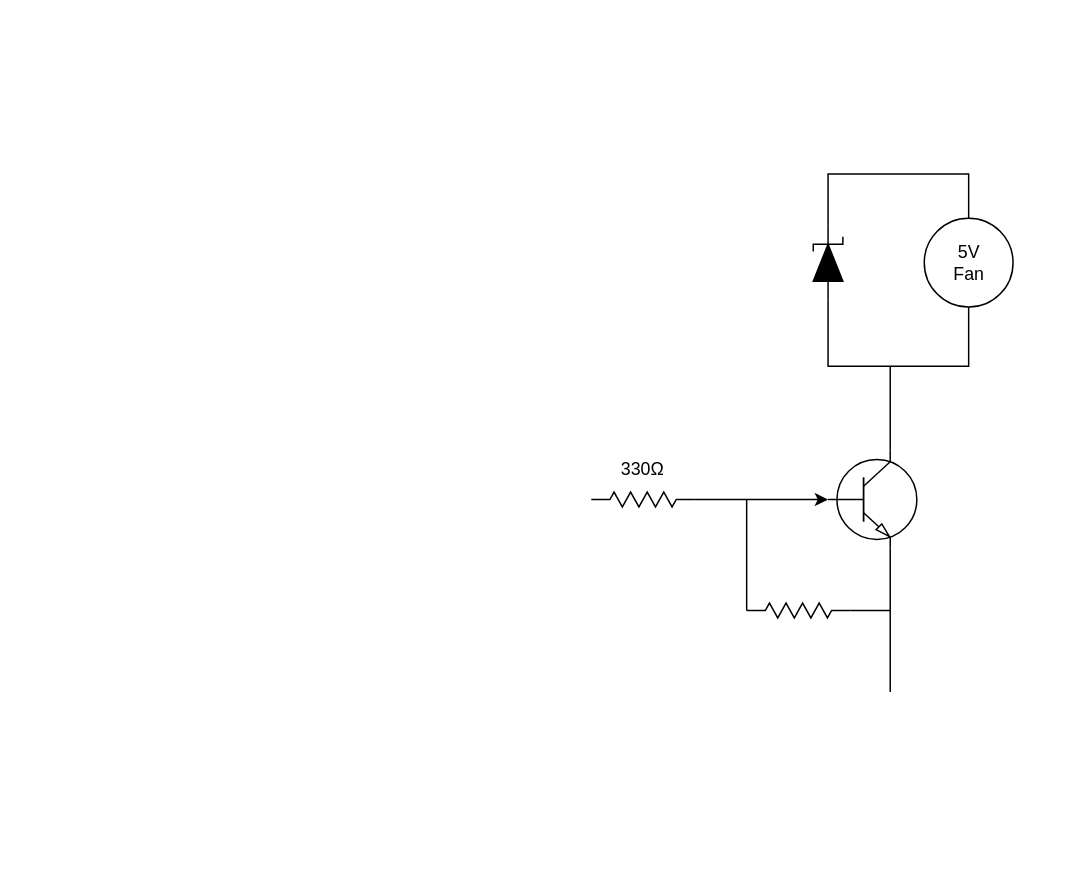
Earlier version of the draw.io diagram RPi Addon Schematic.drawio (jeffard9/LibreElec_RPi-Addons). Source tidied: cells renumbered, new cells numbered last; positions are measured from the earlier drawing's top-left corner, leaving out a move shared by most shapes. Both pictures are drawn from the tidied source at 148%, with x=0, y=0 at pixel (591, 173).
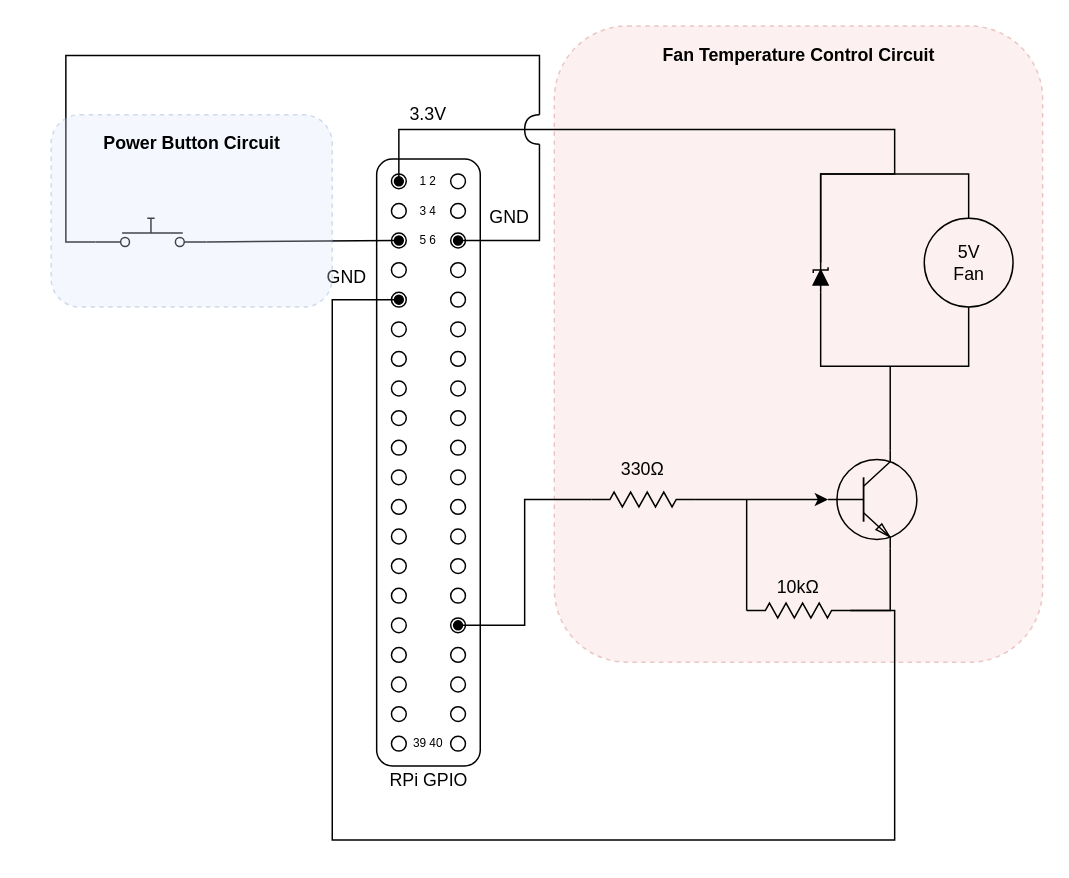
The same diagram, later.

The change refers to these unchanged cells:
```xml
<mxCell id="9" style="verticalLabelPosition=bottom;shadow=0;dashed=0;align=center;html=1;verticalAlign=top;shape=mxgraph.electrical.resistors.resistor_2;" parent="1" vertex="1">
  <mxGeometry y="215" width="70" height="10" as="geometry" />
</mxCell>
<mxCell id="13" style="verticalLabelPosition=bottom;shadow=0;dashed=0;align=center;html=1;verticalAlign=top;shape=mxgraph.electrical.resistors.resistor_2;" parent="1" vertex="1">
  <mxGeometry x="105" y="290" width="70" height="10" as="geometry" />
</mxCell>
```

What changed in the source:
```diff
@@
+    <mxCell id="14" style="rounded=1;whiteSpace=wrap;html=1;dashed=1;opacity=30;fillColor=#f8cecc;strokeColor=#b85450;" parent="1" vertex="1">
+      <mxGeometry x="-25" y="-100" width="330" height="430" as="geometry" />
+    </mxCell>
     <mxCell id="2" style="edgeStyle=none;rounded=0;jettySize=auto;html=1;exitX=0.5;exitY=0;exitDx=0;exitDy=0;entryX=1;entryY=0.5;entryDx=0;entryDy=0;entryPerimeter=0;endArrow=none;endFill=0;" parent="1" edge="1" source="4" target="11">
       <mxGeometry relative="1" as="geometry">
         <Array as="points">
           <mxPoint x="255" />
-          <mxPoint x="160" />
+          <mxPoint x="155" />
         </Array>
       </mxGeometry>
     </mxCell>
     <mxCell id="3" style="edgeStyle=none;rounded=0;jettySize=auto;html=1;exitX=0.5;exitY=1;exitDx=0;exitDy=0;endArrow=none;endFill=0;entryX=0;entryY=0.5;entryDx=0;entryDy=0;entryPerimeter=0;" parent="1" edge="1" source="4" target="11">
       <mxGeometry relative="1" as="geometry">
         <Array as="points">
           <mxPoint x="255" y="130" />
-          <mxPoint x="160" y="130" />
+          <mxPoint x="155" y="130" />
         </Array>
       </mxGeometry>
     </mxCell>
-    <mxCell id="4" value="&lt;div style=&quot;font-size: 12px&quot;&gt;&lt;font style=&quot;font-size: 12px&quot;&gt;5V&lt;/font&gt;&lt;/div&gt;&lt;div style=&quot;font-size: 12px&quot;&gt;&lt;font style=&quot;font-size: 12px&quot;&gt;Fan&lt;/font&gt;&lt;br&gt;&lt;/div&gt;" style="verticalLabelPosition=middle;shadow=0;dashed=0;align=center;html=1;verticalAlign=middle;strokeWidth=1;shape=ellipse;fontSize=35;" parent="1" vertex="1">
+    <mxCell id="4" value="&lt;div style=&quot;font-size: 12px&quot;&gt;&lt;font style=&quot;font-size: 12px&quot;&gt;5V&lt;/font&gt;&lt;/div&gt;&lt;div style=&quot;font-size: 12px&quot;&gt;&lt;font style=&quot;font-size: 12px&quot;&gt;Fan&lt;/font&gt;&lt;br&gt;&lt;/div&gt;" style="verticalLabelPosition=middle;shadow=0;dashed=0;align=center;html=1;verticalAlign=middle;strokeWidth=1;shape=ellipse;fontSize=35;fillColor=none;" parent="1" vertex="1">
       <mxGeometry x="225" y="30" width="60" height="60" as="geometry" />
     </mxCell>
@@
     <mxCell id="6" style="edgeStyle=none;rounded=0;jettySize=auto;html=1;exitX=0.7;exitY=1;exitDx=0;exitDy=0;exitPerimeter=0;endArrow=none;endFill=0;entryX=1;entryY=0.5;entryDx=0;entryDy=0;entryPerimeter=0;" parent="1" edge="1" source="7" target="13">
       <mxGeometry relative="1" as="geometry">
         <Array as="points">
-          <mxPoint x="202" y="350" />
           <mxPoint x="202" y="295" />
         </Array>
       </mxGeometry>
     </mxCell>
-    <mxCell id="7" style="verticalLabelPosition=bottom;shadow=0;dashed=0;align=center;html=1;verticalAlign=top;shape=mxgraph.electrical.transistors.npn_transistor_1;" parent="1" vertex="1">
+    <mxCell id="7" style="verticalLabelPosition=bottom;shadow=0;dashed=0;align=center;html=1;verticalAlign=top;shape=mxgraph.electrical.transistors.npn_transistor_1;fillColor=none;" parent="1" vertex="1">
       <mxGeometry x="160" y="170" width="60" height="100" as="geometry" />
     </mxCell>
@@
     <mxCell id="11" style="fillColor=#000000;verticalLabelPosition=bottom;shadow=0;dashed=0;align=center;html=1;verticalAlign=top;shape=mxgraph.electrical.diodes.zener_diode_1;rotation=-90;" parent="1" vertex="1">
-      <mxGeometry x="135" y="50" width="50" height="20" as="geometry" />
+      <mxGeometry x="145" y="65" width="20" height="10" as="geometry" />
     </mxCell>
@@
+    <mxCell id="15" style="rounded=1;whiteSpace=wrap;html=1;" parent="1" vertex="1">
+      <mxGeometry x="-145" y="-10" width="70" height="410" as="geometry" />
+    </mxCell>
+    <mxCell id="16" style="ellipse;whiteSpace=wrap;html=1;" parent="1" vertex="1">
+      <mxGeometry x="-135" width="10" height="10" as="geometry" />
+    </mxCell>
+    <mxCell id="17" style="ellipse;whiteSpace=wrap;html=1;" parent="1" vertex="1">
+      <mxGeometry x="-95" width="10" height="10" as="geometry" />
+    </mxCell>
+    <mxCell id="18" style="ellipse;whiteSpace=wrap;html=1;" parent="1" vertex="1">
+      <mxGeometry x="-135" y="20" width="10" height="10" as="geometry" />
+    </mxCell>
+    <mxCell id="19" style="ellipse;whiteSpace=wrap;html=1;" parent="1" vertex="1">
+      <mxGeometry x="-95" y="20" width="10" height="10" as="geometry" />
+    </mxCell>
+    <mxCell id="20" style="ellipse;whiteSpace=wrap;html=1;" parent="1" vertex="1">
+      <mxGeometry x="-135" y="40" width="10" height="10" as="geometry" />
+    </mxCell>
+    <mxCell id="21" style="ellipse;whiteSpace=wrap;html=1;" parent="1" vertex="1">
+      <mxGeometry x="-95" y="40" width="10" height="10" as="geometry" />
+    </mxCell>
+    <mxCell id="22" style="ellipse;whiteSpace=wrap;html=1;" parent="1" vertex="1">
+      <mxGeometry x="-135" y="60" width="10" height="10" as="geometry" />
+    </mxCell>
+    <mxCell id="23" style="ellipse;whiteSpace=wrap;html=1;" parent="1" vertex="1">
+      <mxGeometry x="-95" y="60" width="10" height="10" as="geometry" />
+    </mxCell>
+    <mxCell id="24" style="ellipse;whiteSpace=wrap;html=1;" parent="1" vertex="1">
+      <mxGeometry x="-135" y="80" width="10" height="10" as="geometry" />
+    </mxCell>
+    <mxCell id="25" style="ellipse;whiteSpace=wrap;html=1;" parent="1" vertex="1">
+      <mxGeometry x="-95" y="80" width="10" height="10" as="geometry" />
+    </mxCell>
+    <mxCell id="26" style="ellipse;whiteSpace=wrap;html=1;" parent="1" vertex="1">
+      <mxGeometry x="-135" y="100" width="10" height="10" as="geometry" />
+    </mxCell>
+    <mxCell id="27" style="ellipse;whiteSpace=wrap;html=1;" parent="1" vertex="1">
+      <mxGeometry x="-95" y="100" width="10" height="10" as="geometry" />
+    </mxCell>
+    <mxCell id="28" style="ellipse;whiteSpace=wrap;html=1;" parent="1" vertex="1">
+      <mxGeometry x="-135" y="120" width="10" height="10" as="geometry" />
+    </mxCell>
+    <mxCell id="29" style="ellipse;whiteSpace=wrap;html=1;" parent="1" vertex="1">
+      <mxGeometry x="-95" y="120" width="10" height="10" as="geometry" />
+    </mxCell>
+    <mxCell id="30" style="ellipse;whiteSpace=wrap;html=1;" parent="1" vertex="1">
+      <mxGeometry x="-135" y="140" width="10" height="10" as="geometry" />
+    </mxCell>
+    <mxCell id="31" style="ellipse;whiteSpace=wrap;html=1;" parent="1" vertex="1">
+      <mxGeometry x="-95" y="140" width="10" height="10" as="geometry" />
+    </mxCell>
+    <mxCell id="32" style="ellipse;whiteSpace=wrap;html=1;" parent="1" vertex="1">
+      <mxGeometry x="-135" y="160" width="10" height="10" as="geometry" />
+    </mxCell>
+    <mxCell id="33" style="ellipse;whiteSpace=wrap;html=1;" parent="1" vertex="1">
+      <mxGeometry x="-95" y="160" width="10" height="10" as="geometry" />
+    </mxCell>
+    <mxCell id="34" style="ellipse;whiteSpace=wrap;html=1;" parent="1" vertex="1">
+      <mxGeometry x="-135" y="180" width="10" height="10" as="geometry" />
+    </mxCell>
+    <mxCell id="35" style="ellipse;whiteSpace=wrap;html=1;" parent="1" vertex="1">
+      <mxGeometry x="-95" y="180" width="10" height="10" as="geometry" />
+    </mxCell>
+    <mxCell id="36" style="ellipse;whiteSpace=wrap;html=1;" parent="1" vertex="1">
+      <mxGeometry x="-135" y="200" width="10" height="10" as="geometry" />
+    </mxCell>
+    <mxCell id="37" style="ellipse;whiteSpace=wrap;html=1;" parent="1" vertex="1">
+      <mxGeometry x="-95" y="200" width="10" height="10" as="geometry" />
+    </mxCell>
+    <mxCell id="38" style="ellipse;whiteSpace=wrap;html=1;" parent="1" vertex="1">
+      <mxGeometry x="-135" y="220" width="10" height="10" as="geometry" />
+    </mxCell>
+    <mxCell id="39" style="ellipse;whiteSpace=wrap;html=1;" parent="1" vertex="1">
+      <mxGeometry x="-95" y="220" width="10" height="10" as="geometry" />
+    </mxCell>
+    <mxCell id="40" style="ellipse;whiteSpace=wrap;html=1;" parent="1" vertex="1">
+      <mxGeometry x="-135" y="240" width="10" height="10" as="geometry" />
+    </mxCell>
+    <mxCell id="41" style="ellipse;whiteSpace=wrap;html=1;" parent="1" vertex="1">
+      <mxGeometry x="-95" y="240" width="10" height="10" as="geometry" />
+    </mxCell>
+    <mxCell id="42" style="ellipse;whiteSpace=wrap;html=1;" parent="1" vertex="1">
+      <mxGeometry x="-135" y="260" width="10" height="10" as="geometry" />
+    </mxCell>
+    <mxCell id="43" style="ellipse;whiteSpace=wrap;html=1;" parent="1" vertex="1">
+      <mxGeometry x="-95" y="260" width="10" height="10" as="geometry" />
+    </mxCell>
+    <mxCell id="44" style="ellipse;whiteSpace=wrap;html=1;" parent="1" vertex="1">
+      <mxGeometry x="-135" y="280" width="10" height="10" as="geometry" />
+    </mxCell>
+    <mxCell id="45" style="ellipse;whiteSpace=wrap;html=1;" parent="1" vertex="1">
+      <mxGeometry x="-95" y="280" width="10" height="10" as="geometry" />
+    </mxCell>
+    <mxCell id="46" style="ellipse;whiteSpace=wrap;html=1;" parent="1" vertex="1">
+      <mxGeometry x="-135" y="300" width="10" height="10" as="geometry" />
+    </mxCell>
+    <mxCell id="47" style="ellipse;whiteSpace=wrap;html=1;" parent="1" vertex="1">
+      <mxGeometry x="-95" y="300" width="10" height="10" as="geometry" />
+    </mxCell>
+    <mxCell id="48" style="ellipse;whiteSpace=wrap;html=1;" parent="1" vertex="1">
+      <mxGeometry x="-135" y="320" width="10" height="10" as="geometry" />
+    </mxCell>
+    <mxCell id="49" style="ellipse;whiteSpace=wrap;html=1;" parent="1" vertex="1">
+      <mxGeometry x="-95" y="320" width="10" height="10" as="geometry" />
+    </mxCell>
+    <mxCell id="50" style="ellipse;whiteSpace=wrap;html=1;" parent="1" vertex="1">
+      <mxGeometry x="-135" y="340" width="10" height="10" as="geometry" />
+    </mxCell>
+    <mxCell id="51" style="ellipse;whiteSpace=wrap;html=1;" parent="1" vertex="1">
+      <mxGeometry x="-95" y="340" width="10" height="10" as="geometry" />
+    </mxCell>
+    <mxCell id="52" style="ellipse;whiteSpace=wrap;html=1;" parent="1" vertex="1">
+      <mxGeometry x="-135" y="360" width="10" height="10" as="geometry" />
+    </mxCell>
+    <mxCell id="53" style="ellipse;whiteSpace=wrap;html=1;" parent="1" vertex="1">
+      <mxGeometry x="-95" y="360" width="10" height="10" as="geometry" />
+    </mxCell>
+    <mxCell id="54" style="ellipse;whiteSpace=wrap;html=1;" parent="1" vertex="1">
+      <mxGeometry x="-135" y="380" width="10" height="10" as="geometry" />
+    </mxCell>
+    <mxCell id="55" style="ellipse;whiteSpace=wrap;html=1;" parent="1" vertex="1">
+      <mxGeometry x="-95" y="380" width="10" height="10" as="geometry" />
+    </mxCell>
+    <mxCell id="56" style="edgeStyle=none;rounded=0;jettySize=auto;html=1;exitX=1;exitY=0.5;exitDx=0;exitDy=0;entryX=1;entryY=0.5;entryDx=0;entryDy=0;endArrow=none;endFill=0;" parent="1" edge="1" target="17">
+      <mxGeometry relative="1" as="geometry">
+        <mxPoint x="-85" y="5" as="sourcePoint" />
+      </mxGeometry>
+    </mxCell>
+    <mxCell id="57" value="&lt;div style=&quot;font-size: 8px&quot; align=&quot;center&quot;&gt;&lt;font style=&quot;font-size: 8px&quot;&gt;1 2&lt;/font&gt;&lt;/div&gt;" style="text;html=1;strokeColor=none;fillColor=none;align=center;verticalAlign=middle;whiteSpace=wrap;rounded=0;" parent="1" vertex="1">
+      <mxGeometry x="-130" y="-5" width="40" height="20" as="geometry" />
+    </mxCell>
+    <mxCell id="58" value="&lt;div style=&quot;font-size: 8px&quot; align=&quot;center&quot;&gt;&lt;font style=&quot;font-size: 8px&quot;&gt;3 4&lt;br&gt;&lt;/font&gt;&lt;/div&gt;" style="text;html=1;strokeColor=none;fillColor=none;align=center;verticalAlign=middle;whiteSpace=wrap;rounded=0;" parent="1" vertex="1">
+      <mxGeometry x="-130" y="15" width="40" height="20" as="geometry" />
+    </mxCell>
+    <mxCell id="59" value="&lt;div style=&quot;font-size: 8px&quot; align=&quot;center&quot;&gt;&lt;font style=&quot;font-size: 8px&quot;&gt;39 40&lt;br&gt;&lt;/font&gt;&lt;/div&gt;" style="text;html=1;strokeColor=none;fillColor=none;align=center;verticalAlign=middle;whiteSpace=wrap;rounded=0;" parent="1" vertex="1">
+      <mxGeometry x="-130" y="375" width="40" height="20" as="geometry" />
+    </mxCell>
+    <mxCell id="60" style="edgeStyle=none;rounded=0;jettySize=auto;html=1;exitX=1;exitY=0.5;exitDx=0;exitDy=0;exitPerimeter=0;entryX=0;entryY=0.5;entryDx=0;entryDy=0;endArrow=oval;endFill=1;strokeWidth=1;startSize=8;" parent="1" edge="1" source="11" target="57">
+      <mxGeometry relative="1" as="geometry">
+        <Array as="points">
+          <mxPoint x="155" />
+          <mxPoint x="205" />
+          <mxPoint x="205" y="-30" />
+          <mxPoint x="-130" y="-30" />
+        </Array>
+      </mxGeometry>
+    </mxCell>
+    <mxCell id="61" style="edgeStyle=none;rounded=0;jettySize=auto;html=1;exitX=1;exitY=0.5;exitDx=0;exitDy=0;exitPerimeter=0;startSize=8;endArrow=oval;endFill=1;strokeWidth=1;" parent="1" edge="1" source="13">
+      <mxGeometry relative="1" as="geometry">
+        <mxPoint x="-130" y="85" as="targetPoint" />
+        <Array as="points">
+          <mxPoint x="205" y="295" />
+          <mxPoint x="205" y="450" />
+          <mxPoint x="-175" y="450" />
+          <mxPoint x="-175" y="85" />
+        </Array>
+      </mxGeometry>
+    </mxCell>
+    <mxCell id="62" value="GND" style="text;html=1;strokeColor=none;fillColor=none;align=center;verticalAlign=middle;whiteSpace=wrap;rounded=0;" parent="1" vertex="1">
+      <mxGeometry x="-185" y="60" width="40" height="20" as="geometry" />
+    </mxCell>
+    <mxCell id="63" value="3.3V" style="text;html=1;strokeColor=none;fillColor=none;align=center;verticalAlign=middle;whiteSpace=wrap;rounded=0;" parent="1" vertex="1">
+      <mxGeometry x="-130" y="-50" width="40" height="20" as="geometry" />
+    </mxCell>
+    <mxCell id="64" value="10k&lt;font size=&quot;1&quot;&gt;&lt;span style=&quot;font-weight: normal&quot;&gt;&lt;font style=&quot;font-size: 12px&quot;&gt;Ω&lt;/font&gt;&lt;/span&gt;&lt;/font&gt;" style="text;html=1;strokeColor=none;fillColor=none;align=center;verticalAlign=middle;whiteSpace=wrap;rounded=0;" parent="1" vertex="1">
+      <mxGeometry x="120" y="270" width="40" height="20" as="geometry" />
+    </mxCell>
+    <mxCell id="65" style="edgeStyle=none;rounded=0;jettySize=auto;html=1;exitX=0;exitY=0.5;exitDx=0;exitDy=0;exitPerimeter=0;startSize=8;endArrow=oval;endFill=1;strokeWidth=1;" parent="1" edge="1" source="9">
+      <mxGeometry relative="1" as="geometry">
+        <mxPoint x="-90" y="305" as="targetPoint" />
+        <Array as="points">
+          <mxPoint x="-45" y="220" />
+          <mxPoint x="-45" y="305" />
+        </Array>
+      </mxGeometry>
+    </mxCell>
+    <mxCell id="66" value="RPi GPIO" style="text;html=1;strokeColor=none;fillColor=none;align=center;verticalAlign=middle;whiteSpace=wrap;rounded=0;" parent="1" vertex="1">
+      <mxGeometry x="-142.5" y="400" width="65" height="20" as="geometry" />
+    </mxCell>
+    <mxCell id="67" style="edgeStyle=none;rounded=0;jettySize=auto;html=1;exitX=0;exitY=0.84;exitDx=0;exitDy=0;exitPerimeter=0;startSize=8;endArrow=none;endFill=0;strokeWidth=1;" parent="1" edge="1" source="69">
+      <mxGeometry relative="1" as="geometry">
+        <mxPoint x="-35" y="-40" as="targetPoint" />
+        <Array as="points">
+          <mxPoint x="-355" y="46" />
+          <mxPoint x="-355" y="-80" />
+          <mxPoint x="-35" y="-80" />
+        </Array>
+      </mxGeometry>
+    </mxCell>
+    <mxCell id="68" style="edgeStyle=none;rounded=0;jettySize=auto;html=1;exitX=1;exitY=0.84;exitDx=0;exitDy=0;exitPerimeter=0;entryX=0;entryY=0.5;entryDx=0;entryDy=0;startArrow=none;startFill=0;startSize=8;endArrow=oval;endFill=1;strokeWidth=1;" parent="1" edge="1" source="69" target="71">
+      <mxGeometry relative="1" as="geometry" />
+    </mxCell>
+    <mxCell id="69" style="verticalLabelPosition=bottom;shadow=0;dashed=0;align=center;html=1;verticalAlign=top;shape=mxgraph.electrical.electro-mechanical.push_switch_no;" parent="1" vertex="1">
+      <mxGeometry x="-335" y="30" width="75" height="19" as="geometry" />
+    </mxCell>
+    <mxCell id="70" style="curved=1;endArrow=none;html=1;strokeWidth=1;endFill=0;" parent="1" edge="1">
+      <mxGeometry relative="1" as="geometry">
+        <mxPoint x="-35" y="-20" as="sourcePoint" />
+        <mxPoint x="-35" y="-40" as="targetPoint" />
+        <Array as="points">
+          <mxPoint x="-45" y="-20" />
+          <mxPoint x="-45" y="-40" />
+        </Array>
+      </mxGeometry>
+    </mxCell>
+    <mxCell id="71" value="&lt;div style=&quot;font-size: 8px&quot; align=&quot;center&quot;&gt;&lt;font style=&quot;font-size: 8px&quot;&gt;5 6&lt;br&gt;&lt;/font&gt;&lt;/div&gt;" style="text;html=1;strokeColor=none;fillColor=none;align=center;verticalAlign=middle;whiteSpace=wrap;rounded=0;" parent="1" vertex="1">
+      <mxGeometry x="-130" y="35" width="40" height="20" as="geometry" />
+    </mxCell>
+    <mxCell id="72" value="GND" style="text;html=1;strokeColor=none;fillColor=none;align=center;verticalAlign=middle;whiteSpace=wrap;rounded=0;" parent="1" vertex="1">
+      <mxGeometry x="-75" y="20" width="40" height="20" as="geometry" />
+    </mxCell>
+    <mxCell id="73" style="endArrow=oval;html=1;strokeWidth=1;endFill=1;entryX=1;entryY=0.5;entryDx=0;entryDy=0;rounded=0;" parent="1" edge="1" target="71">
+      <mxGeometry relative="1" as="geometry">
+        <mxPoint x="-35" y="-20" as="sourcePoint" />
+        <Array as="points">
+          <mxPoint x="-35" y="45" />
+        </Array>
+      </mxGeometry>
+    </mxCell>
+    <mxCell id="74" style="rounded=1;whiteSpace=wrap;html=1;dashed=1;opacity=30;fillColor=#dae8fc;strokeColor=#6c8ebf;" parent="1" vertex="1">
+      <mxGeometry x="-365" y="-40" width="190" height="130" as="geometry" />
+    </mxCell>
+    <mxCell id="75" value="&lt;b&gt;Fan Temperature Control Circuit&lt;/b&gt;" style="text;html=1;strokeColor=none;fillColor=none;align=center;verticalAlign=middle;whiteSpace=wrap;rounded=0;" parent="1" vertex="1">
+      <mxGeometry x="27.5" y="-90" width="225" height="20" as="geometry" />
+    </mxCell>
+    <mxCell id="76" value="&lt;b&gt;Power Button Circuit&lt;br&gt;&lt;/b&gt;" style="text;html=1;strokeColor=none;fillColor=none;align=center;verticalAlign=middle;whiteSpace=wrap;rounded=0;" parent="1" vertex="1">
+      <mxGeometry x="-382.5" y="-30" width="225" height="20" as="geometry" />
+    </mxCell>
```
